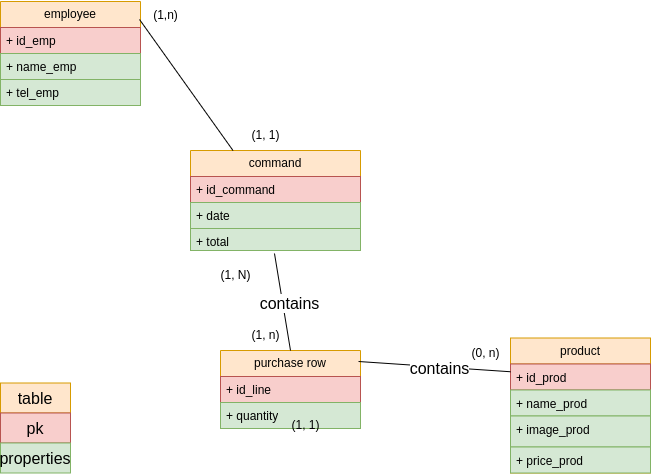
The draw.io diagram theorique/mcd.png in imranboutadghart/SI_proj, before a commit. Source tidied: cells renumbered, new cells last; positions are measured from the earlier drawing's top-left corner, leaving out a move shared by most shapes.
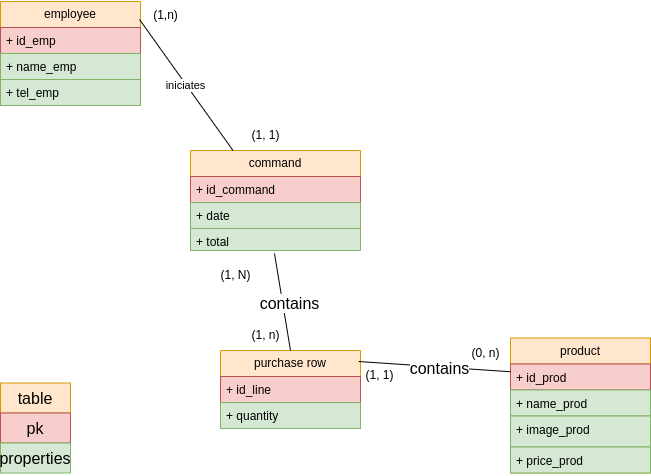
After the change.

Diff of the diagram source:
```diff
@@ -45,7 +45,7 @@
       <mxGeometry x="240" y="120" width="50" height="30" as="geometry" />
     </mxCell>
     <mxCell id="16" value="(1, 1)" style="text;html=1;align=center;verticalAlign=middle;strokeColor=none;fillColor=none;" parent="1" vertex="1">
-      <mxGeometry x="280" y="410" width="50" height="30" as="geometry" />
+      <mxGeometry x="354" y="360" width="50" height="30" as="geometry" />
     </mxCell>
     <mxCell id="17" value="(1, n)" style="text;html=1;align=center;verticalAlign=middle;strokeColor=none;fillColor=none;" parent="1" vertex="1">
       <mxGeometry x="240" y="320" width="50" height="30" as="geometry" />
@@ -68,6 +68,9 @@
     <mxCell id="23" style="endArrow=none;html=1;rounded=0;fontSize=12;startSize=8;endSize=8;curved=1;exitX=0.993;exitY=0.173;exitDx=0;exitDy=0;exitPerimeter=0;entryX=0.25;entryY=0;entryDx=0;entryDy=0;" parent="1" edge="1" source="2" target="6">
       <mxGeometry relative="1" as="geometry" />
     </mxCell>
+    <mxCell id="32" value="iniciates" style="edgeLabel;html=1;align=center;verticalAlign=middle;" parent="23" vertex="1">
+      <mxGeometry y="-1" relative="1" as="geometry" />
+    </mxCell>
     <mxCell id="24" style="endArrow=none;html=1;rounded=0;fontSize=12;startSize=8;endSize=8;curved=1;entryX=0.494;entryY=1.136;entryDx=0;entryDy=0;entryPerimeter=0;exitX=0.5;exitY=0;exitDx=0;exitDy=0;" parent="1" edge="1" source="10" target="9">
       <mxGeometry relative="1" as="geometry" />
     </mxCell>
```
